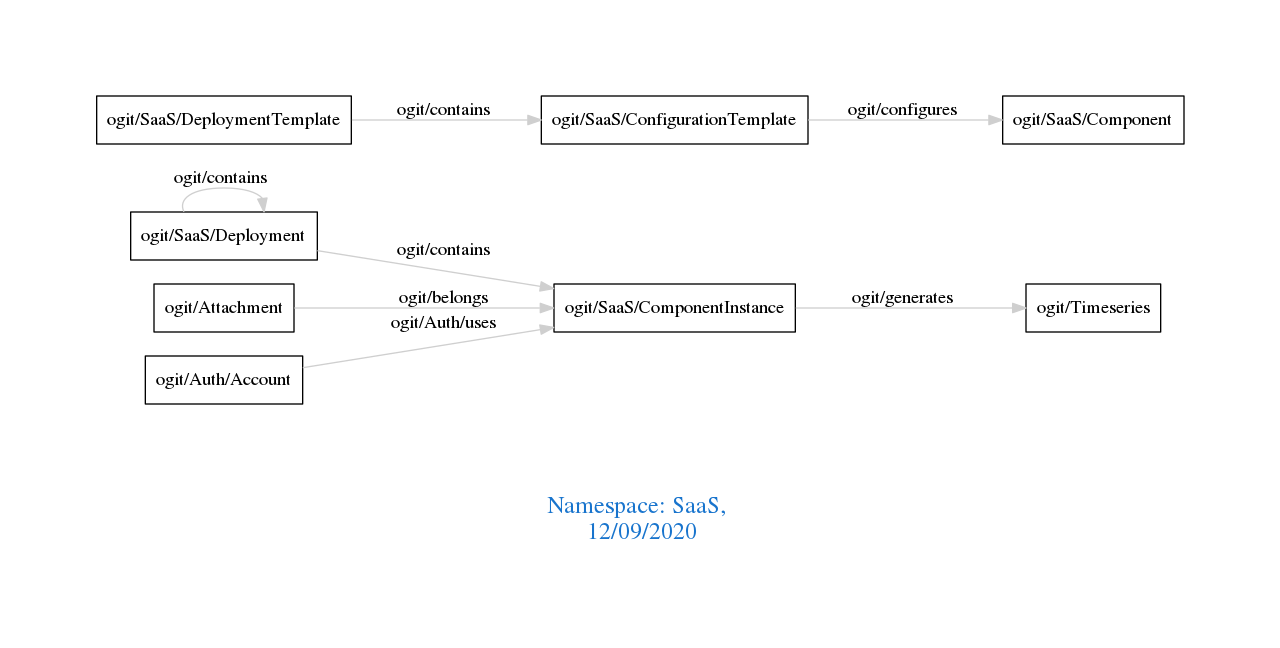
This is downloads/SaaS.png from arago/OGIT, a Graphviz export, as it was before one commit. Its source is kept beside it as downloads/SaaS.dot.
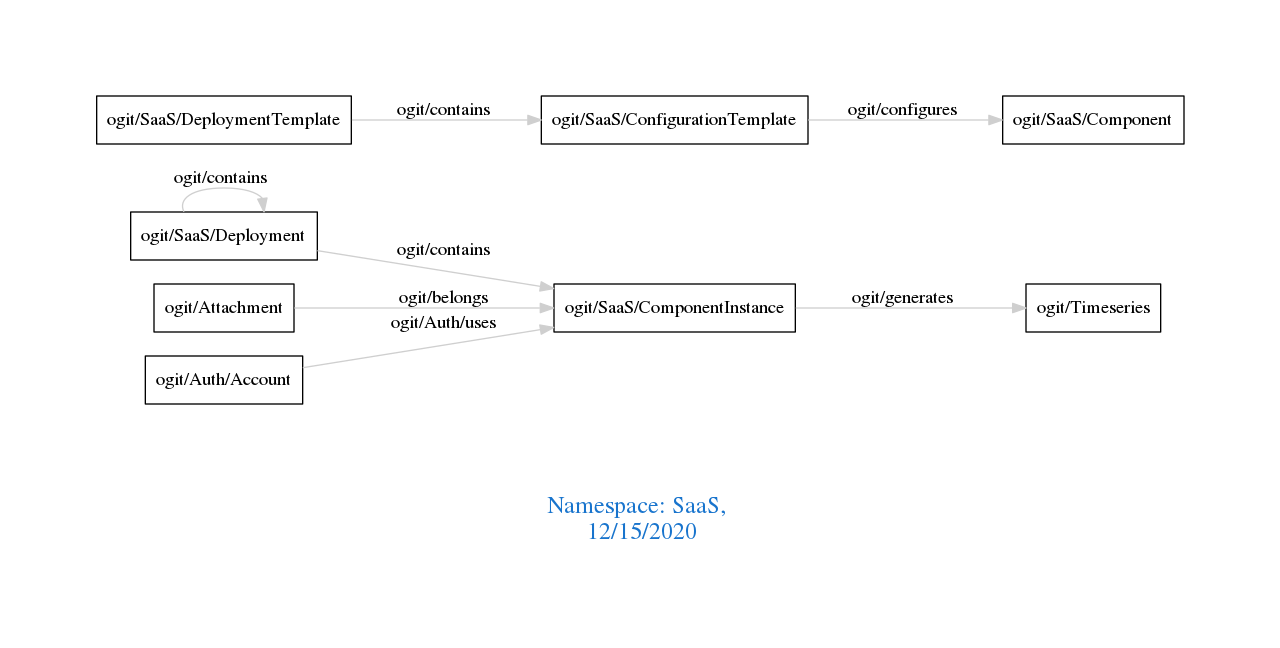
After the commit.

The edit, as a diff of the source:
```diff
@@ -1,7 +1,7 @@
 digraph OGIT_ontology {
  graph [ rankdir= LR,pad=1
 fontsize = 18,
-fontcolor= dodgerblue3,label = "\n\n\nNamespace: SaaS, \n 12/09/2020"];
+fontcolor= dodgerblue3,label = "\n\n\nNamespace: SaaS, \n 12/15/2020"];
 node[shape=polygon];
 edge [  color="gray81"];
 
```
